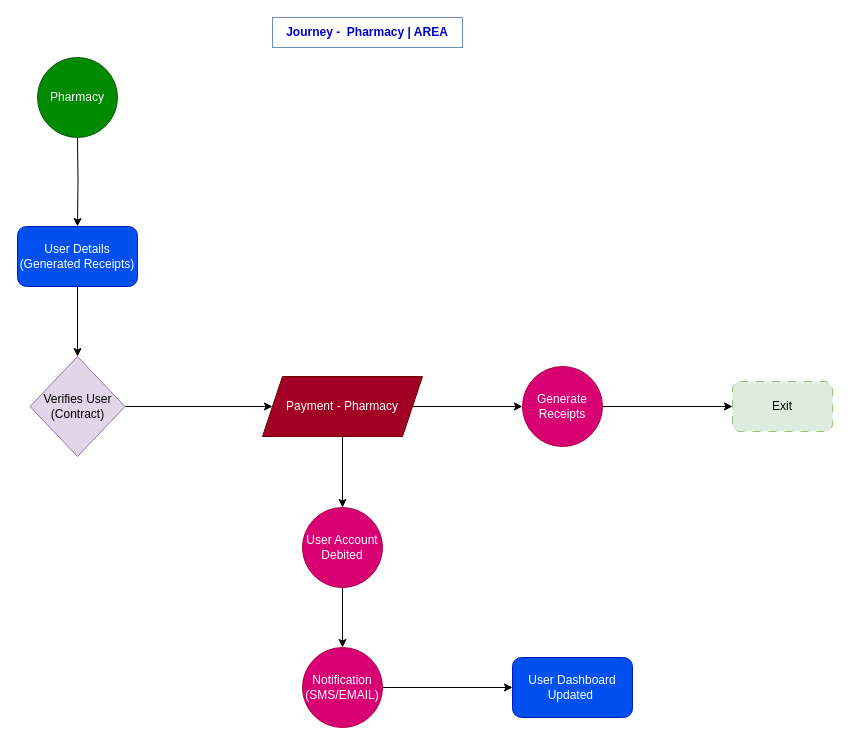
This is User John Doe Journey.drawio from dabiko/draw-io, a draw.io file, before an edit. Source tidied: cells renumbered, new cells numbered last; positions are measured from the earlier drawing's top-left corner, leaving out a move shared by most shapes. Both pictures are drawn from the tidied source at 100%, with x=0, y=0 at pixel (17, 17).
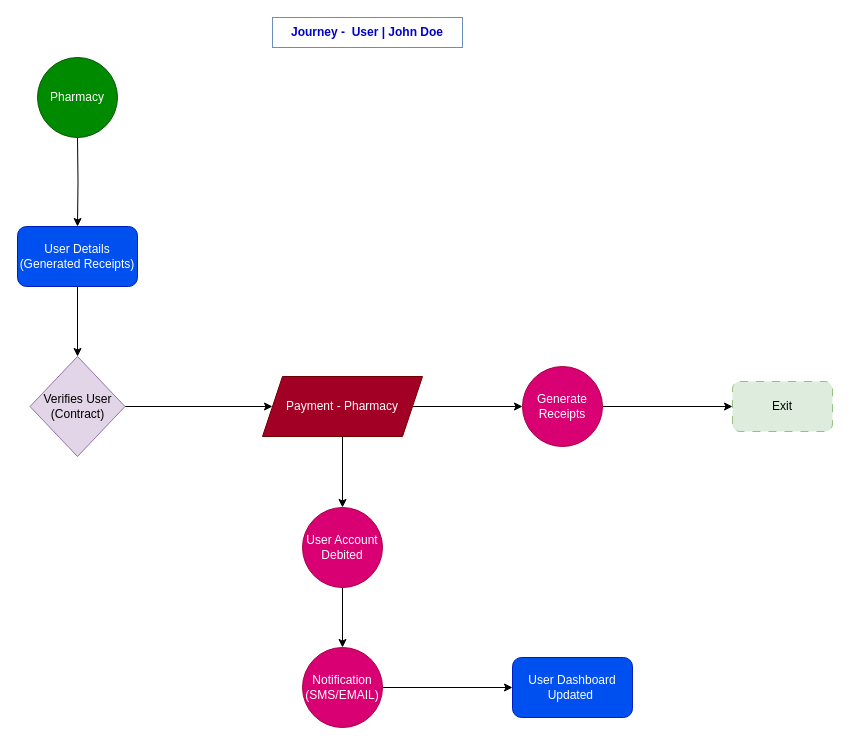
Above is the later version.

What changed in the source:
```diff
@@
-    <mxCell id="2" value="&lt;b&gt;&lt;font color=&quot;#0000cc&quot;&gt;Journey -&amp;nbsp; Pharmacy | AREA&lt;/font&gt;&lt;/b&gt;" style="text;html=1;align=center;verticalAlign=middle;whiteSpace=wrap;rounded=0;fillColor=none;strokeColor=#6c8ebf;" parent="1" vertex="1">
+    <mxCell id="2" value="&lt;b&gt;&lt;font color=&quot;#0000cc&quot;&gt;Journey -&amp;nbsp; User | John Doe&lt;/font&gt;&lt;/b&gt;" style="text;html=1;align=center;verticalAlign=middle;whiteSpace=wrap;rounded=0;fillColor=none;strokeColor=#6c8ebf;" parent="1" vertex="1">
       <mxGeometry x="255" width="190" height="30" as="geometry" />
     </mxCell>
```
